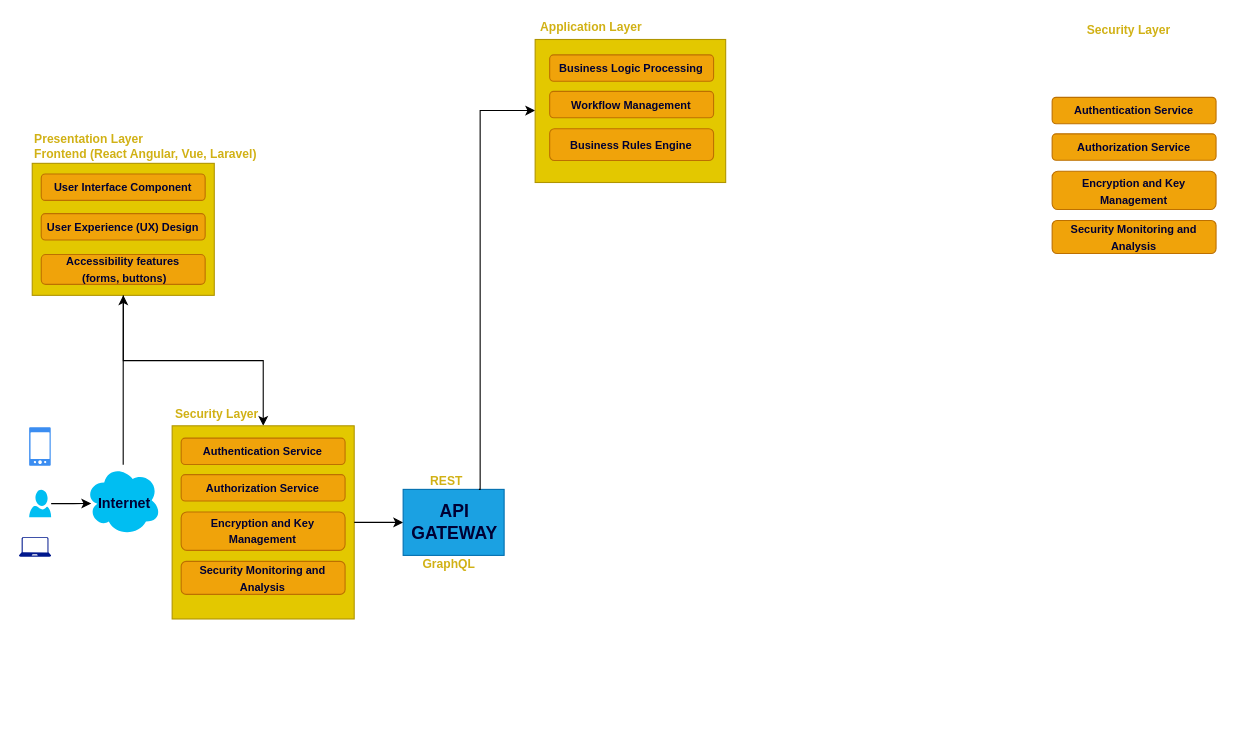
Above: IMS.drawio in dabiko/draw-io (draw.io), before the change. Source tidied: cells renumbered, new cells numbered last; positions are measured from the earlier drawing's top-left corner, leaving out a move shared by most shapes. Both pictures are drawn from the tidied source at 110%, with x=0, y=0 at pixel (19, 20).
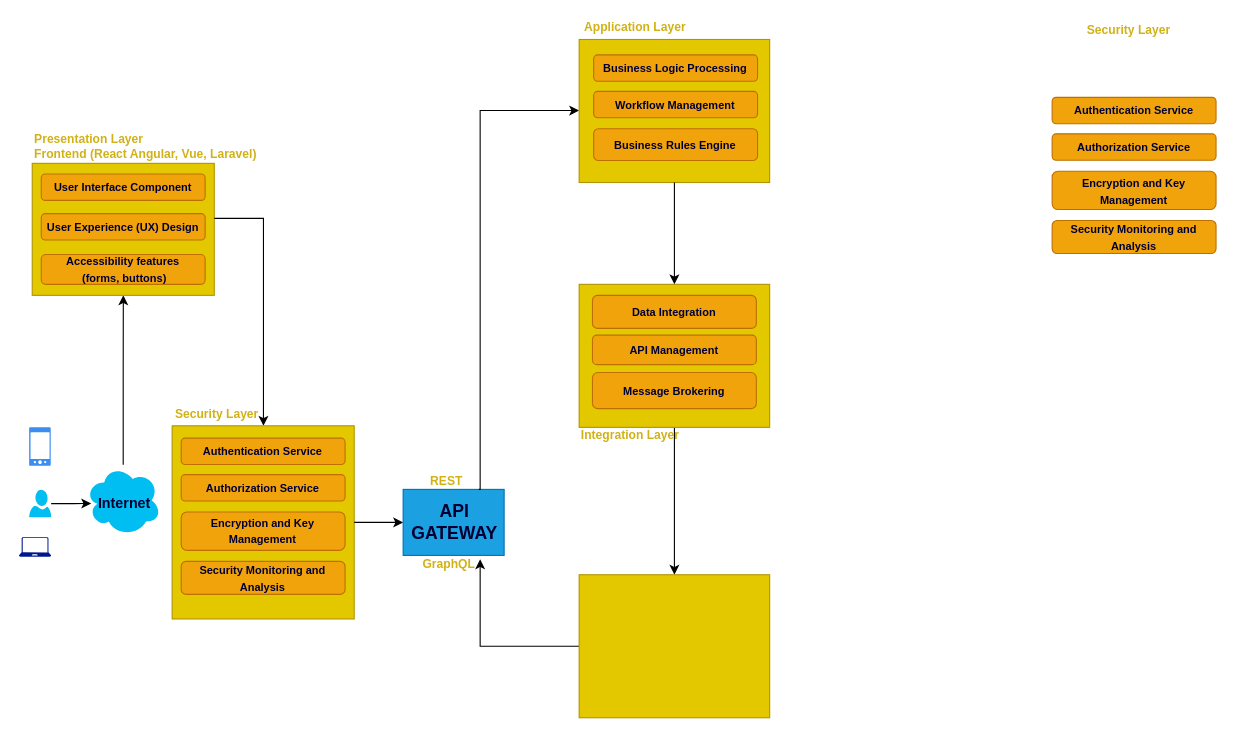
After the change.

Unchanged cells that the change refers to:
```xml
<mxCell id="10" style="whiteSpace=wrap;html=1;verticalAlign=top;fillColor=#e3c800;strokeColor=#B09500;fontColor=#000000;" parent="9" vertex="1">
  <mxGeometry y="30" width="165.5" height="120" as="geometry" />
</mxCell>
<mxCell id="17" style="whiteSpace=wrap;html=1;verticalAlign=top;fillColor=#e3c800;strokeColor=#B09500;fontColor=#000000;" parent="16" vertex="1">
  <mxGeometry y="34.4" width="165.5" height="175.6" as="geometry" />
</mxCell>
<mxCell id="33" value="&lt;div style=&quot;color: rgb(209, 177, 21); font-weight: 700; text-wrap: nowrap; font-size: 11px;&quot;&gt;GraphQL&lt;/div&gt;" style="text;html=1;align=left;verticalAlign=middle;whiteSpace=wrap;rounded=0;" parent="1" vertex="1">
  <mxGeometry x="365" y="484" width="60" height="20" as="geometry" />
</mxCell>
<mxCell id="37" style="whiteSpace=wrap;html=1;fillColor=#e3c800;fontColor=#000000;strokeColor=#B09500;" parent="36" vertex="1">
  <mxGeometry y="17.4" width="173.2" height="130" as="geometry" />
</mxCell>
```

Diff of the diagram source:
```diff
@@
     <mxCell id="15" style="edgeStyle=orthogonalEdgeStyle;rounded=0;jettySize=auto;html=1;" parent="1" edge="1" source="10" target="17">
-      <mxGeometry relative="1" as="geometry" />
+      <mxGeometry relative="1" as="geometry">
+        <Array as="points">
+          <mxPoint x="222" y="180" />
+        </Array>
+      </mxGeometry>
     </mxCell>
@@
     <mxCell id="36" style="group;" parent="1" vertex="1">
-      <mxGeometry x="469" width="173.2" height="147.4" as="geometry" />
+      <mxGeometry x="509" width="173.2" height="147.4" as="geometry" />
     </mxCell>
@@
+    <mxCell id="42" style="edgeStyle=orthogonalEdgeStyle;rounded=0;jettySize=auto;html=1;" parent="1" edge="1" source="43" target="50">
+      <mxGeometry relative="1" as="geometry" />
+    </mxCell>
+    <mxCell id="43" style="whiteSpace=wrap;html=1;fillColor=#e3c800;fontColor=#000000;strokeColor=#B09500;" parent="1" vertex="1">
+      <mxGeometry x="509" y="240" width="173.2" height="130" as="geometry" />
+    </mxCell>
+    <mxCell id="44" style="edgeStyle=orthogonalEdgeStyle;rounded=0;jettySize=auto;html=1;" parent="1" edge="1" source="37" target="43">
+      <mxGeometry relative="1" as="geometry" />
+    </mxCell>
+    <mxCell id="45" value="&lt;div style=&quot;color: rgb(209, 177, 21); font-weight: 700; text-wrap: nowrap; font-size: 11px;&quot;&gt;Integration Layer&lt;/div&gt;" style="text;html=1;align=left;verticalAlign=middle;whiteSpace=wrap;rounded=0;" parent="1" vertex="1">
+      <mxGeometry x="509" y="362" width="90" height="30" as="geometry" />
+    </mxCell>
+    <mxCell id="46" value="&lt;font size=&quot;1&quot; color=&quot;#000033&quot;&gt;&lt;b style=&quot;&quot;&gt;Data Integration&lt;/b&gt;&lt;/font&gt;" style="rounded=1;whiteSpace=wrap;html=1;fillColor=#f0a30a;fontColor=#000000;strokeColor=#BD7000;" parent="1" vertex="1">
+      <mxGeometry x="521.1" y="250" width="149" height="30" as="geometry" />
+    </mxCell>
+    <mxCell id="47" value="&lt;font size=&quot;1&quot; color=&quot;#000033&quot;&gt;&lt;b style=&quot;&quot;&gt;API Management&lt;/b&gt;&lt;/font&gt;" style="rounded=1;whiteSpace=wrap;html=1;fillColor=#f0a30a;fontColor=#000000;strokeColor=#BD7000;" parent="1" vertex="1">
+      <mxGeometry x="521.1" y="286.2" width="149" height="26.8" as="geometry" />
+    </mxCell>
+    <mxCell id="48" value="&lt;b style=&quot;color: rgb(0, 0, 51);&quot;&gt;&lt;font style=&quot;font-size: 10px;&quot;&gt;Message Brokering&lt;/font&gt;&lt;/b&gt;" style="rounded=1;whiteSpace=wrap;html=1;fillColor=#f0a30a;fontColor=#000000;strokeColor=#BD7000;" parent="1" vertex="1">
+      <mxGeometry x="521.1" y="320.2" width="149" height="32.8" as="geometry" />
+    </mxCell>
+    <mxCell id="49" style="edgeStyle=orthogonalEdgeStyle;rounded=0;jettySize=auto;html=1;entryX=0.9;entryY=0.3;entryDx=0;entryDy=0;entryPerimeter=0;" parent="1" edge="1" source="50" target="33">
+      <mxGeometry relative="1" as="geometry">
+        <Array as="points">
+          <mxPoint x="419" y="569" />
+        </Array>
+      </mxGeometry>
+    </mxCell>
+    <mxCell id="50" style="whiteSpace=wrap;html=1;fillColor=#e3c800;fontColor=#000000;strokeColor=#B09500;" parent="1" vertex="1">
+      <mxGeometry x="509" y="504" width="173.2" height="130" as="geometry" />
+    </mxCell>
```
